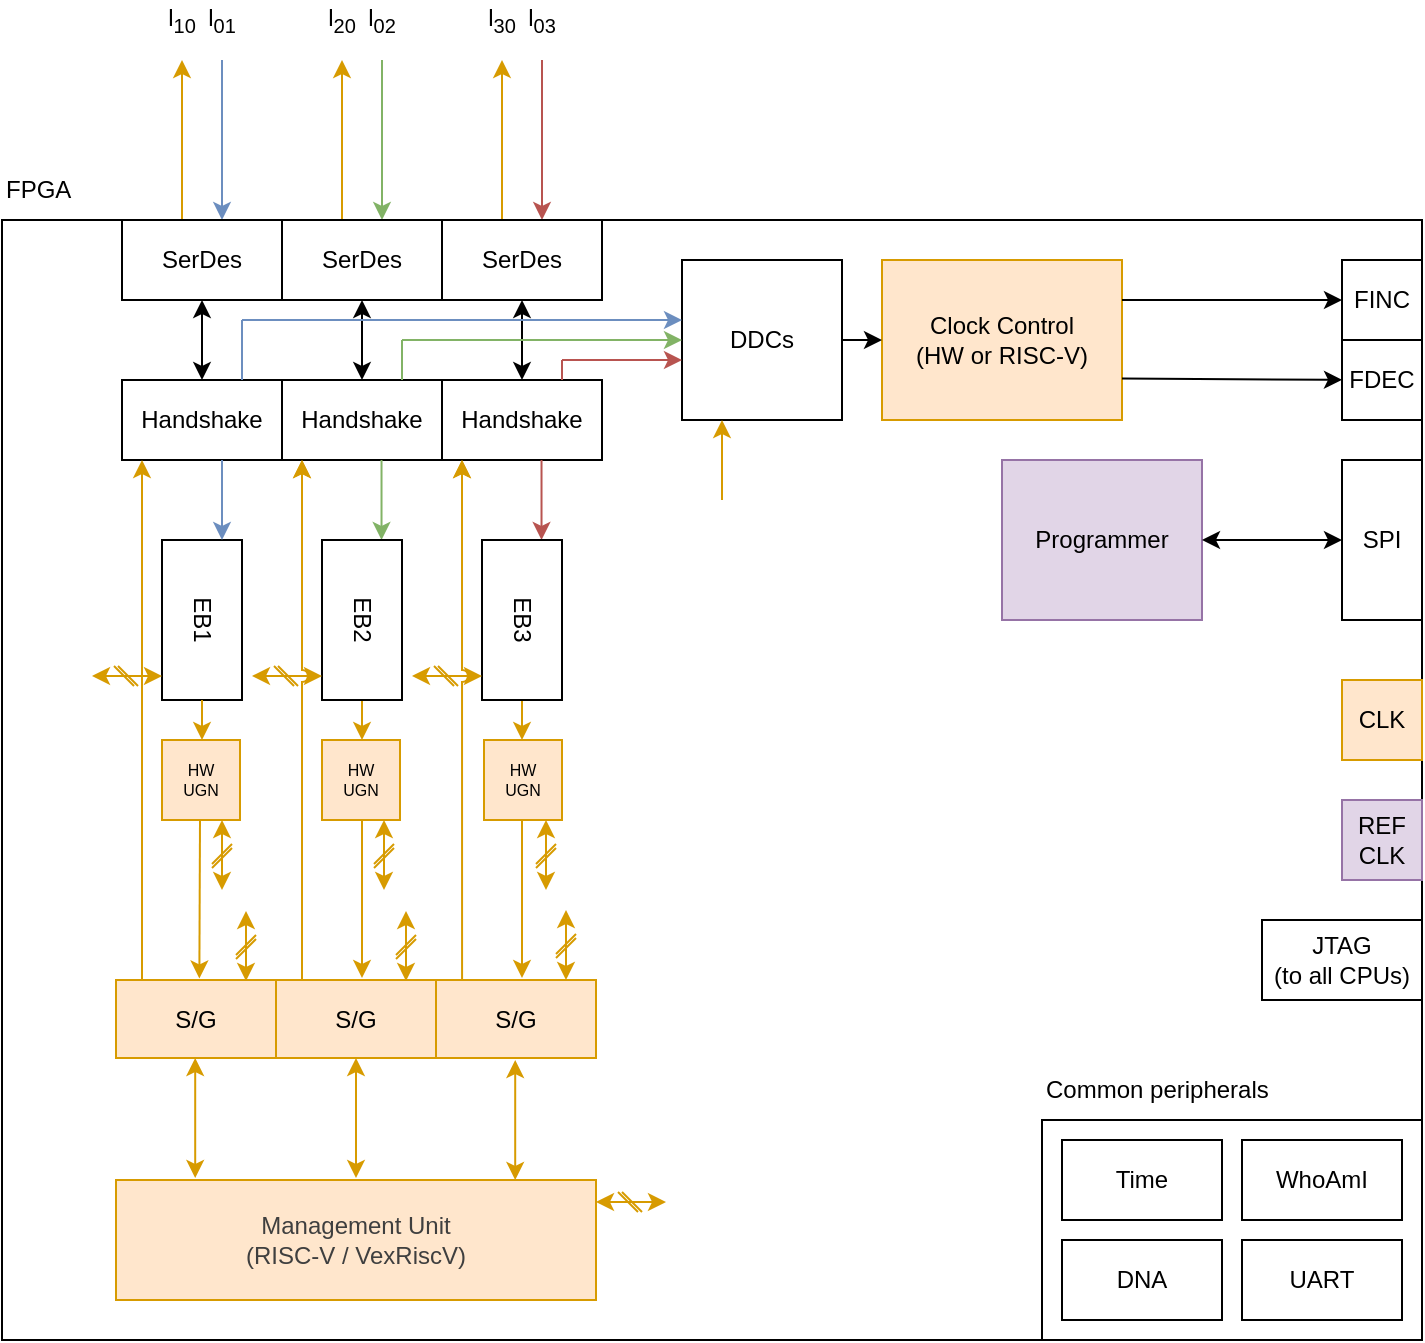
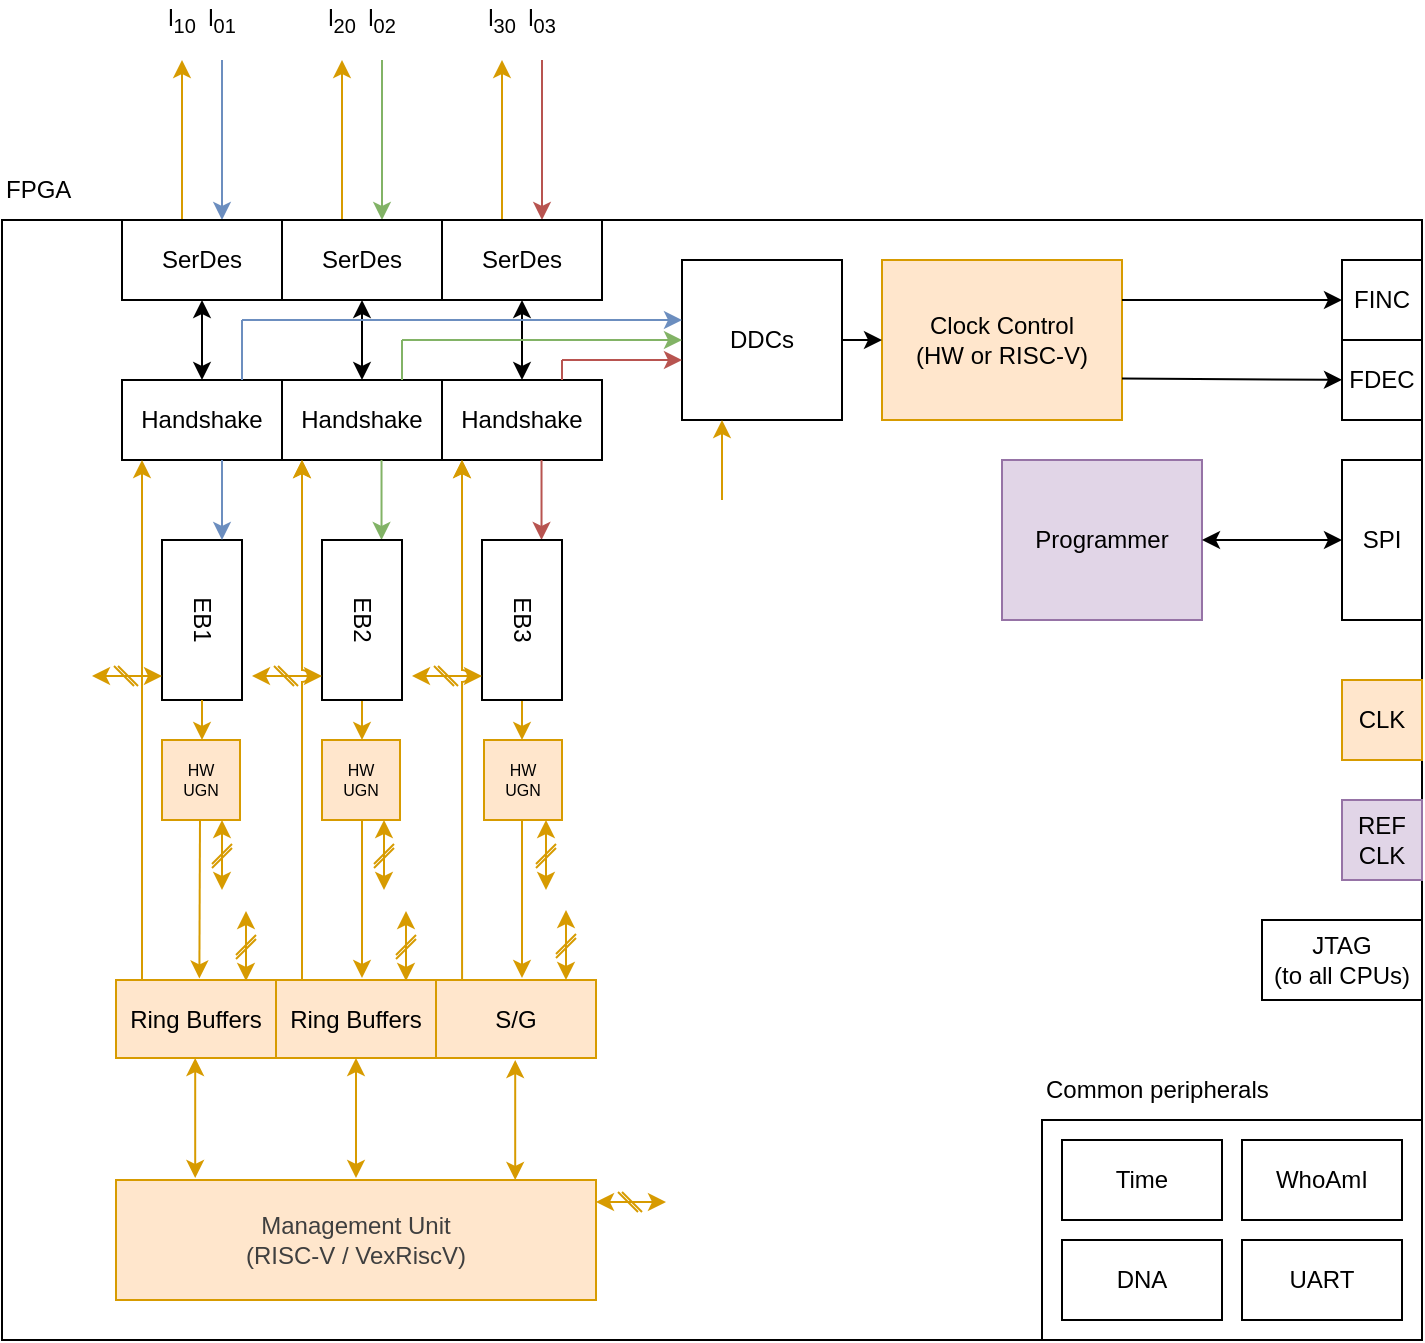
<mxfile host="65bd71144e">
    <diagram id="8MhM_t0PKSaWNCBs-4jl" name="Page-1">
-         <mxGraphModel dx="-471" dy="-1543" grid="1" gridSize="10" guides="1" tooltips="1" connect="1" arrows="1" fold="1" page="1" pageScale="1" pageWidth="1" pageHeight="1" math="0" shadow="0">
+         <mxGraphModel dx="-1439" dy="-1403" grid="1" gridSize="10" guides="1" tooltips="1" connect="1" arrows="1" fold="1" page="1" pageScale="1" pageWidth="1" pageHeight="1" math="0" shadow="0">
            <root>
                <mxCell id="0"/>
                <mxCell id="1" parent="0"/>
                <mxCell id="2" value="" style="rounded=0;whiteSpace=wrap;html=1;movable=0;resizable=0;rotatable=0;deletable=0;editable=0;locked=1;connectable=0;" parent="1" vertex="1">
                    <mxGeometry x="2550" y="2310" width="710" height="560" as="geometry"/>
                </mxCell>
                <mxCell id="3" value="FPGA" style="text;html=1;align=left;verticalAlign=middle;whiteSpace=wrap;rounded=0;movable=0;resizable=0;rotatable=0;deletable=0;editable=0;locked=1;connectable=0;" parent="1" vertex="1">
                    <mxGeometry x="2550" y="2280" width="60" height="30" as="geometry"/>
                </mxCell>
                <mxCell id="4" value="" style="endArrow=classic;html=1;rounded=0;fillColor=#dae8fc;strokeColor=#6c8ebf;movable=0;resizable=0;rotatable=0;deletable=0;editable=0;locked=1;connectable=0;" parent="1" edge="1">
                    <mxGeometry width="50" height="50" relative="1" as="geometry">
                        <mxPoint x="2660" y="2230" as="sourcePoint"/>
                        <mxPoint x="2660" y="2310" as="targetPoint"/>
                    </mxGeometry>
                </mxCell>
                <mxCell id="5" value="" style="endArrow=classic;html=1;rounded=0;fillColor=#d5e8d4;strokeColor=#82b366;movable=0;resizable=0;rotatable=0;deletable=0;editable=0;locked=1;connectable=0;" parent="1" edge="1">
                    <mxGeometry width="50" height="50" relative="1" as="geometry">
                        <mxPoint x="2740" y="2230" as="sourcePoint"/>
                        <mxPoint x="2740" y="2310" as="targetPoint"/>
                    </mxGeometry>
                </mxCell>
                <mxCell id="6" value="" style="endArrow=classic;html=1;rounded=0;fillColor=#ffe6cc;strokeColor=#d79b00;movable=0;resizable=0;rotatable=0;deletable=0;editable=0;locked=1;connectable=0;" parent="1" edge="1">
                    <mxGeometry width="50" height="50" relative="1" as="geometry">
                        <mxPoint x="2640" y="2310" as="sourcePoint"/>
                        <mxPoint x="2640" y="2230" as="targetPoint"/>
                    </mxGeometry>
                </mxCell>
                <mxCell id="7" value="" style="endArrow=classic;html=1;rounded=0;fillColor=#ffe6cc;strokeColor=#d79b00;movable=0;resizable=0;rotatable=0;deletable=0;editable=0;locked=1;connectable=0;" parent="1" edge="1">
                    <mxGeometry width="50" height="50" relative="1" as="geometry">
                        <mxPoint x="2720" y="2310" as="sourcePoint"/>
                        <mxPoint x="2720" y="2230" as="targetPoint"/>
                    </mxGeometry>
                </mxCell>
                <mxCell id="8" value="" style="endArrow=classic;html=1;rounded=0;fillColor=#f8cecc;strokeColor=#b85450;movable=0;resizable=0;rotatable=0;deletable=0;editable=0;locked=1;connectable=0;" parent="1" edge="1">
                    <mxGeometry width="50" height="50" relative="1" as="geometry">
                        <mxPoint x="2820" y="2230" as="sourcePoint"/>
                        <mxPoint x="2820" y="2310" as="targetPoint"/>
                    </mxGeometry>
                </mxCell>
                <mxCell id="9" value="" style="endArrow=classic;html=1;rounded=0;fillColor=#ffe6cc;strokeColor=#d79b00;movable=0;resizable=0;rotatable=0;deletable=0;editable=0;locked=1;connectable=0;" parent="1" edge="1">
                    <mxGeometry width="50" height="50" relative="1" as="geometry">
                        <mxPoint x="2800" y="2310" as="sourcePoint"/>
                        <mxPoint x="2800" y="2230" as="targetPoint"/>
                    </mxGeometry>
                </mxCell>
                <mxCell id="10" value="SerDes" style="rounded=0;whiteSpace=wrap;html=1;movable=0;resizable=0;rotatable=0;deletable=0;editable=0;locked=1;connectable=0;" parent="1" vertex="1">
                    <mxGeometry x="2610" y="2310" width="80" height="40" as="geometry"/>
                </mxCell>
                <mxCell id="11" value="SerDes" style="rounded=0;whiteSpace=wrap;html=1;movable=0;resizable=0;rotatable=0;deletable=0;editable=0;locked=1;connectable=0;" parent="1" vertex="1">
                    <mxGeometry x="2690" y="2310" width="80" height="40" as="geometry"/>
                </mxCell>
                <mxCell id="12" value="SerDes" style="rounded=0;whiteSpace=wrap;html=1;movable=0;resizable=0;rotatable=0;deletable=0;editable=0;locked=1;connectable=0;" parent="1" vertex="1">
                    <mxGeometry x="2770" y="2310" width="80" height="40" as="geometry"/>
                </mxCell>
                <mxCell id="13" value="Handshake" style="rounded=0;whiteSpace=wrap;html=1;movable=1;resizable=1;rotatable=1;deletable=1;editable=1;locked=0;connectable=1;" parent="1" vertex="1">
                    <mxGeometry x="2610" y="2390" width="80" height="40" as="geometry"/>
                </mxCell>
                <mxCell id="14" value="Handshake" style="rounded=0;whiteSpace=wrap;html=1;movable=1;resizable=1;rotatable=1;deletable=1;editable=1;locked=0;connectable=1;" parent="1" vertex="1">
                    <mxGeometry x="2690" y="2390" width="80" height="40" as="geometry"/>
                </mxCell>
                <mxCell id="15" value="Handshake" style="rounded=0;whiteSpace=wrap;html=1;movable=1;resizable=1;rotatable=1;deletable=1;editable=1;locked=0;connectable=1;" parent="1" vertex="1">
                    <mxGeometry x="2770" y="2390" width="80" height="40" as="geometry"/>
                </mxCell>
                <mxCell id="16" value="l&lt;sub&gt;10&lt;/sub&gt;" style="text;html=1;strokeColor=none;fillColor=none;align=center;verticalAlign=middle;whiteSpace=wrap;rounded=0;dashed=1;movable=0;resizable=0;rotatable=0;deletable=0;editable=0;locked=1;connectable=0;" parent="1" vertex="1">
                    <mxGeometry x="2630" y="2200" width="20" height="20" as="geometry"/>
                </mxCell>
                <mxCell id="17" value="l&lt;sub&gt;01&lt;/sub&gt;" style="text;html=1;strokeColor=none;fillColor=none;align=center;verticalAlign=middle;whiteSpace=wrap;rounded=0;dashed=1;movable=0;resizable=0;rotatable=0;deletable=0;editable=0;locked=1;connectable=0;" parent="1" vertex="1">
                    <mxGeometry x="2650" y="2200" width="20" height="20" as="geometry"/>
                </mxCell>
                <mxCell id="18" value="l&lt;sub&gt;20&lt;/sub&gt;" style="text;html=1;strokeColor=none;fillColor=none;align=center;verticalAlign=middle;whiteSpace=wrap;rounded=0;dashed=1;movable=0;resizable=0;rotatable=0;deletable=0;editable=0;locked=1;connectable=0;" parent="1" vertex="1">
                    <mxGeometry x="2710" y="2200" width="20" height="20" as="geometry"/>
                </mxCell>
                <mxCell id="19" value="l&lt;sub&gt;02&lt;/sub&gt;" style="text;html=1;strokeColor=none;fillColor=none;align=center;verticalAlign=middle;whiteSpace=wrap;rounded=0;dashed=1;movable=0;resizable=0;rotatable=0;deletable=0;editable=0;locked=1;connectable=0;" parent="1" vertex="1">
                    <mxGeometry x="2730" y="2200" width="20" height="20" as="geometry"/>
                </mxCell>
                <mxCell id="20" value="l&lt;sub&gt;30&lt;/sub&gt;" style="text;html=1;strokeColor=none;fillColor=none;align=center;verticalAlign=middle;whiteSpace=wrap;rounded=0;dashed=1;movable=0;resizable=0;rotatable=0;deletable=0;editable=0;locked=1;connectable=0;" parent="1" vertex="1">
                    <mxGeometry x="2790" y="2200" width="20" height="20" as="geometry"/>
                </mxCell>
                <mxCell id="21" value="l&lt;sub&gt;03&lt;/sub&gt;" style="text;html=1;strokeColor=none;fillColor=none;align=center;verticalAlign=middle;whiteSpace=wrap;rounded=0;dashed=1;movable=0;resizable=0;rotatable=0;deletable=0;editable=0;locked=1;connectable=0;" parent="1" vertex="1">
                    <mxGeometry x="2810" y="2200" width="20" height="20" as="geometry"/>
                </mxCell>
                <mxCell id="22" value="" style="endArrow=classic;startArrow=classic;html=1;rounded=0;exitX=0.5;exitY=0;exitDx=0;exitDy=0;entryX=0.5;entryY=1;entryDx=0;entryDy=0;movable=1;resizable=1;rotatable=1;deletable=1;editable=1;locked=0;connectable=1;" parent="1" source="13" target="10" edge="1">
                    <mxGeometry width="50" height="50" relative="1" as="geometry">
                        <mxPoint x="2600" y="2400" as="sourcePoint"/>
                        <mxPoint x="2650" y="2350" as="targetPoint"/>
                    </mxGeometry>
                </mxCell>
                <mxCell id="23" value="" style="endArrow=classic;startArrow=classic;html=1;rounded=0;exitX=0.5;exitY=0;exitDx=0;exitDy=0;entryX=0.5;entryY=1;entryDx=0;entryDy=0;movable=1;resizable=1;rotatable=1;deletable=1;editable=1;locked=0;connectable=1;" parent="1" source="14" target="11" edge="1">
                    <mxGeometry width="50" height="50" relative="1" as="geometry">
                        <mxPoint x="2890" y="2240" as="sourcePoint"/>
                        <mxPoint x="2940" y="2190" as="targetPoint"/>
                    </mxGeometry>
                </mxCell>
                <mxCell id="24" value="" style="endArrow=classic;startArrow=classic;html=1;rounded=0;exitX=0.5;exitY=0;exitDx=0;exitDy=0;entryX=0.5;entryY=1;entryDx=0;entryDy=0;movable=1;resizable=1;rotatable=1;deletable=1;editable=1;locked=0;connectable=1;" parent="1" source="15" target="12" edge="1">
                    <mxGeometry width="50" height="50" relative="1" as="geometry">
                        <mxPoint x="3000" y="2200" as="sourcePoint"/>
                        <mxPoint x="3050" y="2150" as="targetPoint"/>
                    </mxGeometry>
                </mxCell>
                <mxCell id="25" value="DDCs" style="rounded=0;whiteSpace=wrap;html=1;movable=1;resizable=1;rotatable=1;deletable=1;editable=1;locked=0;connectable=1;" parent="1" vertex="1">
                    <mxGeometry x="2890" y="2330" width="80" height="80" as="geometry"/>
                </mxCell>
                <mxCell id="26" value="" style="endArrow=none;html=1;rounded=0;fillColor=#dae8fc;strokeColor=#6c8ebf;movable=1;resizable=1;rotatable=1;deletable=1;editable=1;locked=0;connectable=1;" parent="1" edge="1">
                    <mxGeometry width="50" height="50" relative="1" as="geometry">
                        <mxPoint x="2670" y="2390" as="sourcePoint"/>
                        <mxPoint x="2670" y="2360" as="targetPoint"/>
                    </mxGeometry>
                </mxCell>
                <mxCell id="27" value="" style="endArrow=none;html=1;rounded=0;fillColor=#d5e8d4;strokeColor=#82b366;movable=1;resizable=1;rotatable=1;deletable=1;editable=1;locked=0;connectable=1;" parent="1" edge="1">
                    <mxGeometry width="50" height="50" relative="1" as="geometry">
                        <mxPoint x="2750" y="2390" as="sourcePoint"/>
                        <mxPoint x="2750" y="2370" as="targetPoint"/>
                    </mxGeometry>
                </mxCell>
                <mxCell id="28" value="" style="endArrow=none;html=1;rounded=0;fillColor=#f8cecc;strokeColor=#b85450;movable=1;resizable=1;rotatable=1;deletable=1;editable=1;locked=0;connectable=1;" parent="1" edge="1">
                    <mxGeometry width="50" height="50" relative="1" as="geometry">
                        <mxPoint x="2830" y="2390" as="sourcePoint"/>
                        <mxPoint x="2830" y="2380" as="targetPoint"/>
                    </mxGeometry>
                </mxCell>
                <mxCell id="29" value="" style="endArrow=classic;html=1;rounded=0;fillColor=#dae8fc;strokeColor=#6c8ebf;movable=1;resizable=1;rotatable=1;deletable=1;editable=1;locked=0;connectable=1;" parent="1" edge="1">
                    <mxGeometry width="50" height="50" relative="1" as="geometry">
                        <mxPoint x="2670" y="2360" as="sourcePoint"/>
                        <mxPoint x="2890" y="2360" as="targetPoint"/>
                    </mxGeometry>
                </mxCell>
                <mxCell id="30" value="" style="endArrow=classic;html=1;rounded=0;fillColor=#d5e8d4;strokeColor=#82b366;movable=1;resizable=1;rotatable=1;deletable=1;editable=1;locked=0;connectable=1;" parent="1" edge="1">
                    <mxGeometry width="50" height="50" relative="1" as="geometry">
                        <mxPoint x="2750" y="2370" as="sourcePoint"/>
                        <mxPoint x="2890" y="2370" as="targetPoint"/>
                    </mxGeometry>
                </mxCell>
                <mxCell id="31" value="" style="endArrow=classic;html=1;rounded=0;fillColor=#f8cecc;strokeColor=#b85450;movable=1;resizable=1;rotatable=1;deletable=1;editable=1;locked=0;connectable=1;" parent="1" edge="1">
                    <mxGeometry width="50" height="50" relative="1" as="geometry">
                        <mxPoint x="2830" y="2380" as="sourcePoint"/>
                        <mxPoint x="2890" y="2380" as="targetPoint"/>
                    </mxGeometry>
                </mxCell>
                <mxCell id="32" value="EB1" style="rounded=0;whiteSpace=wrap;html=1;rotation=90;movable=1;resizable=1;rotatable=1;deletable=1;editable=1;locked=0;connectable=1;" parent="1" vertex="1">
                    <mxGeometry x="2610" y="2490" width="80" height="40" as="geometry"/>
                </mxCell>
                <mxCell id="33" value="" style="endArrow=classic;html=1;rounded=0;fillColor=#dae8fc;strokeColor=#6c8ebf;movable=1;resizable=1;rotatable=1;deletable=1;editable=1;locked=0;connectable=1;" parent="1" edge="1">
                    <mxGeometry width="50" height="50" relative="1" as="geometry">
                        <mxPoint x="2660" y="2430" as="sourcePoint"/>
                        <mxPoint x="2660" y="2470" as="targetPoint"/>
                    </mxGeometry>
                </mxCell>
                <mxCell id="34" value="" style="endArrow=classic;html=1;rounded=0;fillColor=#ffe6cc;strokeColor=#d79b00;jumpStyle=arc;movable=1;resizable=1;rotatable=1;deletable=1;editable=1;locked=0;connectable=1;" parent="1" edge="1">
                    <mxGeometry width="50" height="50" relative="1" as="geometry">
                        <mxPoint x="2620" y="2690" as="sourcePoint"/>
                        <mxPoint x="2620" y="2430" as="targetPoint"/>
                    </mxGeometry>
                </mxCell>
                <mxCell id="35" value="" style="endArrow=classic;html=1;rounded=0;fillColor=#d5e8d4;strokeColor=#82b366;movable=1;resizable=1;rotatable=1;deletable=1;editable=1;locked=0;connectable=1;" parent="1" edge="1">
                    <mxGeometry width="50" height="50" relative="1" as="geometry">
                        <mxPoint x="2739.76" y="2430" as="sourcePoint"/>
                        <mxPoint x="2739.76" y="2470" as="targetPoint"/>
                    </mxGeometry>
                </mxCell>
                <mxCell id="36" value="" style="endArrow=classic;html=1;rounded=0;fillColor=#ffe6cc;strokeColor=#d79b00;movable=1;resizable=1;rotatable=1;deletable=1;editable=1;locked=0;connectable=1;" parent="1" edge="1">
                    <mxGeometry width="50" height="50" relative="1" as="geometry">
                        <mxPoint x="2700" y="2470" as="sourcePoint"/>
                        <mxPoint x="2700" y="2430" as="targetPoint"/>
                    </mxGeometry>
                </mxCell>
                <mxCell id="37" value="" style="endArrow=classic;html=1;rounded=0;fillColor=#f8cecc;strokeColor=#b85450;movable=1;resizable=1;rotatable=1;deletable=1;editable=1;locked=0;connectable=1;" parent="1" edge="1">
                    <mxGeometry width="50" height="50" relative="1" as="geometry">
                        <mxPoint x="2819.76" y="2430" as="sourcePoint"/>
                        <mxPoint x="2819.76" y="2470" as="targetPoint"/>
                    </mxGeometry>
                </mxCell>
                <mxCell id="38" value="" style="endArrow=classic;html=1;rounded=0;fillColor=#ffe6cc;strokeColor=#d79b00;movable=1;resizable=1;rotatable=1;deletable=1;editable=1;locked=0;connectable=1;" parent="1" edge="1">
                    <mxGeometry width="50" height="50" relative="1" as="geometry">
                        <mxPoint x="2780" y="2470" as="sourcePoint"/>
                        <mxPoint x="2780" y="2430" as="targetPoint"/>
                    </mxGeometry>
                </mxCell>
                <mxCell id="39" value="&lt;div&gt;Clock Control&lt;/div&gt;&lt;div&gt;(HW or RISC-V)&lt;br&gt;&lt;/div&gt;" style="rounded=0;whiteSpace=wrap;html=1;fillColor=#ffe6cc;strokeColor=#d79b00;movable=1;resizable=1;rotatable=1;deletable=1;editable=1;locked=0;connectable=1;" parent="1" vertex="1">
                    <mxGeometry x="2990" y="2330" width="120" height="80" as="geometry"/>
                </mxCell>
                <mxCell id="40" value="" style="endArrow=classic;html=1;rounded=0;movable=1;resizable=1;rotatable=1;deletable=1;editable=1;locked=0;connectable=1;" parent="1" edge="1">
                    <mxGeometry width="50" height="50" relative="1" as="geometry">
                        <mxPoint x="2970" y="2370" as="sourcePoint"/>
                        <mxPoint x="2990" y="2370" as="targetPoint"/>
                    </mxGeometry>
                </mxCell>
                <mxCell id="41" value="FINC" style="rounded=0;whiteSpace=wrap;html=1;movable=1;resizable=1;rotatable=1;deletable=1;editable=1;locked=0;connectable=1;" parent="1" vertex="1">
                    <mxGeometry x="3220" y="2330" width="40" height="40" as="geometry"/>
                </mxCell>
                <mxCell id="42" value="FDEC" style="rounded=0;whiteSpace=wrap;html=1;movable=1;resizable=1;rotatable=1;deletable=1;editable=1;locked=0;connectable=1;" parent="1" vertex="1">
                    <mxGeometry x="3220" y="2370" width="40" height="40" as="geometry"/>
                </mxCell>
                <mxCell id="43" value="" style="endArrow=classic;html=1;rounded=0;movable=1;resizable=1;rotatable=1;deletable=1;editable=1;locked=0;connectable=1;" parent="1" target="41" edge="1">
                    <mxGeometry width="50" height="50" relative="1" as="geometry">
                        <mxPoint x="3110" y="2350" as="sourcePoint"/>
                        <mxPoint x="3190" y="2350" as="targetPoint"/>
                    </mxGeometry>
                </mxCell>
                <mxCell id="44" value="" style="endArrow=classic;html=1;rounded=0;movable=1;resizable=1;rotatable=1;deletable=1;editable=1;locked=0;connectable=1;" parent="1" target="42" edge="1">
                    <mxGeometry width="50" height="50" relative="1" as="geometry">
                        <mxPoint x="3110" y="2389.31" as="sourcePoint"/>
                        <mxPoint x="3190" y="2389.31" as="targetPoint"/>
                    </mxGeometry>
                </mxCell>
                <mxCell id="45" value="SPI" style="rounded=0;whiteSpace=wrap;html=1;movable=1;resizable=1;rotatable=1;deletable=1;editable=1;locked=0;connectable=1;" parent="1" vertex="1">
                    <mxGeometry x="3220" y="2430" width="40" height="80" as="geometry"/>
                </mxCell>
                <mxCell id="46" value="Programmer" style="rounded=0;whiteSpace=wrap;html=1;fillColor=#e1d5e7;strokeColor=#9673a6;movable=1;resizable=1;rotatable=1;deletable=1;editable=1;locked=0;connectable=1;" parent="1" vertex="1">
                    <mxGeometry x="3050" y="2430" width="100" height="80" as="geometry"/>
                </mxCell>
                <mxCell id="47" value="" style="endArrow=classic;startArrow=classic;html=1;rounded=0;entryX=0;entryY=0.5;entryDx=0;entryDy=0;movable=1;resizable=1;rotatable=1;deletable=1;editable=1;locked=0;connectable=1;" parent="1" target="45" edge="1">
                    <mxGeometry width="50" height="50" relative="1" as="geometry">
                        <mxPoint x="3150" y="2470" as="sourcePoint"/>
                        <mxPoint x="3200" y="2420" as="targetPoint"/>
                    </mxGeometry>
                </mxCell>
                <mxCell id="48" value="CLK" style="rounded=0;whiteSpace=wrap;html=1;fillColor=#ffe6cc;strokeColor=#d79b00;movable=1;resizable=1;rotatable=1;deletable=1;editable=1;locked=0;connectable=1;" parent="1" vertex="1">
                    <mxGeometry x="3220" y="2540" width="40" height="40" as="geometry"/>
                </mxCell>
                <mxCell id="49" value="REF&lt;br&gt;CLK" style="rounded=0;whiteSpace=wrap;html=1;fillColor=#e1d5e7;strokeColor=#9673a6;movable=1;resizable=1;rotatable=1;deletable=1;editable=1;locked=0;connectable=1;" parent="1" vertex="1">
                    <mxGeometry x="3220" y="2600" width="40" height="40" as="geometry"/>
                </mxCell>
                <mxCell id="50" value="" style="endArrow=none;startArrow=classic;html=1;rounded=0;fillColor=#ffe6cc;strokeColor=#d79b00;startFill=1;endFill=0;movable=1;resizable=1;rotatable=1;deletable=1;editable=1;locked=0;connectable=1;" parent="1" edge="1">
                    <mxGeometry width="50" height="50" relative="1" as="geometry">
                        <mxPoint x="2650" y="2570" as="sourcePoint"/>
                        <mxPoint x="2650" y="2550" as="targetPoint"/>
                    </mxGeometry>
                </mxCell>
                <mxCell id="51" value="" style="endArrow=none;startArrow=classic;html=1;rounded=0;fillColor=#ffe6cc;strokeColor=#d79b00;startFill=1;endFill=0;movable=1;resizable=1;rotatable=1;deletable=1;editable=1;locked=0;connectable=1;" parent="1" edge="1">
                    <mxGeometry width="50" height="50" relative="1" as="geometry">
                        <mxPoint x="2730" y="2570" as="sourcePoint"/>
                        <mxPoint x="2730" y="2549" as="targetPoint"/>
                    </mxGeometry>
                </mxCell>
                <mxCell id="52" value="" style="endArrow=none;startArrow=classic;html=1;rounded=0;fillColor=#ffe6cc;strokeColor=#d79b00;startFill=1;endFill=0;movable=1;resizable=1;rotatable=1;deletable=1;editable=1;locked=0;connectable=1;" parent="1" edge="1">
                    <mxGeometry width="50" height="50" relative="1" as="geometry">
                        <mxPoint x="2810" y="2570" as="sourcePoint"/>
                        <mxPoint x="2810" y="2550" as="targetPoint"/>
                    </mxGeometry>
                </mxCell>
                <mxCell id="57" value="EB2" style="rounded=0;whiteSpace=wrap;html=1;rotation=90;movable=1;resizable=1;rotatable=1;deletable=1;editable=1;locked=0;connectable=1;" parent="1" vertex="1">
                    <mxGeometry x="2690" y="2490" width="80" height="40" as="geometry"/>
                </mxCell>
                <mxCell id="58" value="EB3" style="rounded=0;whiteSpace=wrap;html=1;rotation=90;movable=1;resizable=1;rotatable=1;deletable=1;editable=1;locked=0;connectable=1;" parent="1" vertex="1">
                    <mxGeometry x="2770" y="2490" width="80" height="40" as="geometry"/>
                </mxCell>
                <mxCell id="64" value="" style="group;movable=1;resizable=1;rotatable=1;deletable=1;editable=1;locked=0;connectable=1;" parent="1" connectable="0" vertex="1">
                    <mxGeometry x="2667" y="2655.5" width="10" height="35" as="geometry"/>
                </mxCell>
                <mxCell id="65" value="" style="endArrow=classic;html=1;rounded=0;fillColor=#ffe6cc;strokeColor=#d79b00;startArrow=classic;startFill=1;movable=1;resizable=1;rotatable=1;deletable=1;editable=1;locked=0;connectable=1;" parent="64" edge="1">
                    <mxGeometry width="50" height="50" relative="1" as="geometry">
                        <mxPoint x="5" as="sourcePoint"/>
                        <mxPoint x="5" y="35" as="targetPoint"/>
                    </mxGeometry>
                </mxCell>
                <mxCell id="66" value="" style="endArrow=none;html=1;rounded=0;fillColor=#ffe6cc;strokeColor=#d79b00;movable=1;resizable=1;rotatable=1;deletable=1;editable=1;locked=0;connectable=1;" parent="64" edge="1">
                    <mxGeometry width="50" height="50" relative="1" as="geometry">
                        <mxPoint y="24" as="sourcePoint"/>
                        <mxPoint x="10" y="14" as="targetPoint"/>
                    </mxGeometry>
                </mxCell>
                <mxCell id="67" value="" style="endArrow=none;html=1;rounded=0;fillColor=#ffe6cc;strokeColor=#d79b00;movable=1;resizable=1;rotatable=1;deletable=1;editable=1;locked=0;connectable=1;" parent="64" edge="1">
                    <mxGeometry width="50" height="50" relative="1" as="geometry">
                        <mxPoint y="22" as="sourcePoint"/>
                        <mxPoint x="10" y="12" as="targetPoint"/>
                    </mxGeometry>
                </mxCell>
                <mxCell id="68" value="" style="group;movable=1;resizable=1;rotatable=1;deletable=1;editable=1;locked=0;connectable=1;" parent="1" connectable="0" vertex="1">
                    <mxGeometry x="2747" y="2655.5" width="10" height="35" as="geometry"/>
                </mxCell>
                <mxCell id="69" value="" style="endArrow=classic;html=1;rounded=0;fillColor=#ffe6cc;strokeColor=#d79b00;startArrow=classic;startFill=1;movable=1;resizable=1;rotatable=1;deletable=1;editable=1;locked=0;connectable=1;" parent="68" edge="1">
                    <mxGeometry width="50" height="50" relative="1" as="geometry">
                        <mxPoint x="5" as="sourcePoint"/>
                        <mxPoint x="5" y="35" as="targetPoint"/>
                    </mxGeometry>
                </mxCell>
                <mxCell id="70" value="" style="endArrow=none;html=1;rounded=0;fillColor=#ffe6cc;strokeColor=#d79b00;movable=1;resizable=1;rotatable=1;deletable=1;editable=1;locked=0;connectable=1;" parent="68" edge="1">
                    <mxGeometry width="50" height="50" relative="1" as="geometry">
                        <mxPoint y="24" as="sourcePoint"/>
                        <mxPoint x="10" y="14" as="targetPoint"/>
                    </mxGeometry>
                </mxCell>
                <mxCell id="71" value="" style="endArrow=none;html=1;rounded=0;fillColor=#ffe6cc;strokeColor=#d79b00;movable=1;resizable=1;rotatable=1;deletable=1;editable=1;locked=0;connectable=1;" parent="68" edge="1">
                    <mxGeometry width="50" height="50" relative="1" as="geometry">
                        <mxPoint y="22" as="sourcePoint"/>
                        <mxPoint x="10" y="12" as="targetPoint"/>
                    </mxGeometry>
                </mxCell>
                <mxCell id="72" value="" style="group;movable=1;resizable=1;rotatable=1;deletable=1;editable=1;locked=0;connectable=1;" parent="1" connectable="0" vertex="1">
                    <mxGeometry x="2827" y="2655" width="10" height="35" as="geometry"/>
                </mxCell>
                <mxCell id="73" value="" style="endArrow=classic;html=1;rounded=0;fillColor=#ffe6cc;strokeColor=#d79b00;startArrow=classic;startFill=1;movable=1;resizable=1;rotatable=1;deletable=1;editable=1;locked=0;connectable=1;" parent="72" edge="1">
                    <mxGeometry width="50" height="50" relative="1" as="geometry">
                        <mxPoint x="5" as="sourcePoint"/>
                        <mxPoint x="5" y="35" as="targetPoint"/>
                    </mxGeometry>
                </mxCell>
                <mxCell id="74" value="" style="endArrow=none;html=1;rounded=0;fillColor=#ffe6cc;strokeColor=#d79b00;movable=1;resizable=1;rotatable=1;deletable=1;editable=1;locked=0;connectable=1;" parent="72" edge="1">
                    <mxGeometry width="50" height="50" relative="1" as="geometry">
                        <mxPoint y="24" as="sourcePoint"/>
                        <mxPoint x="10" y="14" as="targetPoint"/>
                    </mxGeometry>
                </mxCell>
                <mxCell id="75" value="" style="endArrow=none;html=1;rounded=0;fillColor=#ffe6cc;strokeColor=#d79b00;movable=1;resizable=1;rotatable=1;deletable=1;editable=1;locked=0;connectable=1;" parent="72" edge="1">
                    <mxGeometry width="50" height="50" relative="1" as="geometry">
                        <mxPoint y="22" as="sourcePoint"/>
                        <mxPoint x="10" y="12" as="targetPoint"/>
                    </mxGeometry>
                </mxCell>
                <mxCell id="76" value="" style="group;rotation=90;movable=1;resizable=1;rotatable=1;deletable=1;editable=1;locked=0;connectable=1;" parent="1" connectable="0" vertex="1">
                    <mxGeometry x="2607" y="2520" width="10" height="35" as="geometry"/>
                </mxCell>
                <mxCell id="77" value="" style="endArrow=classic;html=1;rounded=0;fillColor=#ffe6cc;strokeColor=#d79b00;startArrow=classic;startFill=1;movable=1;resizable=1;rotatable=1;deletable=1;editable=1;locked=0;connectable=1;" parent="76" edge="1">
                    <mxGeometry width="50" height="50" relative="1" as="geometry">
                        <mxPoint x="23" y="18" as="sourcePoint"/>
                        <mxPoint x="-12" y="18" as="targetPoint"/>
                    </mxGeometry>
                </mxCell>
                <mxCell id="78" value="" style="endArrow=none;html=1;rounded=0;fillColor=#ffe6cc;strokeColor=#d79b00;movable=1;resizable=1;rotatable=1;deletable=1;editable=1;locked=0;connectable=1;" parent="76" edge="1">
                    <mxGeometry width="50" height="50" relative="1" as="geometry">
                        <mxPoint x="-1" y="13" as="sourcePoint"/>
                        <mxPoint x="9" y="23" as="targetPoint"/>
                    </mxGeometry>
                </mxCell>
                <mxCell id="79" value="" style="endArrow=none;html=1;rounded=0;fillColor=#ffe6cc;strokeColor=#d79b00;movable=1;resizable=1;rotatable=1;deletable=1;editable=1;locked=0;connectable=1;" parent="76" edge="1">
                    <mxGeometry width="50" height="50" relative="1" as="geometry">
                        <mxPoint x="1" y="13" as="sourcePoint"/>
                        <mxPoint x="11" y="23" as="targetPoint"/>
                    </mxGeometry>
                </mxCell>
                <mxCell id="80" value="" style="group;rotation=90;movable=1;resizable=1;rotatable=1;deletable=1;editable=1;locked=0;connectable=1;" parent="1" connectable="0" vertex="1">
                    <mxGeometry x="2687" y="2520" width="10" height="35" as="geometry"/>
                </mxCell>
                <mxCell id="81" value="" style="endArrow=classic;html=1;rounded=0;fillColor=#ffe6cc;strokeColor=#d79b00;startArrow=classic;startFill=1;movable=1;resizable=1;rotatable=1;deletable=1;editable=1;locked=0;connectable=1;" parent="80" edge="1">
                    <mxGeometry width="50" height="50" relative="1" as="geometry">
                        <mxPoint x="23" y="18" as="sourcePoint"/>
                        <mxPoint x="-12" y="18" as="targetPoint"/>
                    </mxGeometry>
                </mxCell>
                <mxCell id="82" value="" style="endArrow=none;html=1;rounded=0;fillColor=#ffe6cc;strokeColor=#d79b00;movable=1;resizable=1;rotatable=1;deletable=1;editable=1;locked=0;connectable=1;" parent="80" edge="1">
                    <mxGeometry width="50" height="50" relative="1" as="geometry">
                        <mxPoint x="-1" y="13" as="sourcePoint"/>
                        <mxPoint x="9" y="23" as="targetPoint"/>
                    </mxGeometry>
                </mxCell>
                <mxCell id="83" value="" style="endArrow=none;html=1;rounded=0;fillColor=#ffe6cc;strokeColor=#d79b00;movable=1;resizable=1;rotatable=1;deletable=1;editable=1;locked=0;connectable=1;" parent="80" edge="1">
                    <mxGeometry width="50" height="50" relative="1" as="geometry">
                        <mxPoint x="1" y="13" as="sourcePoint"/>
                        <mxPoint x="11" y="23" as="targetPoint"/>
                    </mxGeometry>
                </mxCell>
                <mxCell id="84" value="" style="group;rotation=90;movable=1;resizable=1;rotatable=1;deletable=1;editable=1;locked=0;connectable=1;" parent="1" connectable="0" vertex="1">
                    <mxGeometry x="2767" y="2520" width="10" height="35" as="geometry"/>
                </mxCell>
                <mxCell id="85" value="" style="endArrow=classic;html=1;rounded=0;fillColor=#ffe6cc;strokeColor=#d79b00;startArrow=classic;startFill=1;movable=1;resizable=1;rotatable=1;deletable=1;editable=1;locked=0;connectable=1;" parent="84" edge="1">
                    <mxGeometry width="50" height="50" relative="1" as="geometry">
                        <mxPoint x="23" y="18" as="sourcePoint"/>
                        <mxPoint x="-12" y="18" as="targetPoint"/>
                    </mxGeometry>
                </mxCell>
                <mxCell id="86" value="" style="endArrow=none;html=1;rounded=0;fillColor=#ffe6cc;strokeColor=#d79b00;movable=1;resizable=1;rotatable=1;deletable=1;editable=1;locked=0;connectable=1;" parent="84" edge="1">
                    <mxGeometry width="50" height="50" relative="1" as="geometry">
                        <mxPoint x="-1" y="13" as="sourcePoint"/>
                        <mxPoint x="9" y="23" as="targetPoint"/>
                    </mxGeometry>
                </mxCell>
                <mxCell id="87" value="" style="endArrow=none;html=1;rounded=0;fillColor=#ffe6cc;strokeColor=#d79b00;movable=1;resizable=1;rotatable=1;deletable=1;editable=1;locked=0;connectable=1;" parent="84" edge="1">
                    <mxGeometry width="50" height="50" relative="1" as="geometry">
                        <mxPoint x="1" y="13" as="sourcePoint"/>
                        <mxPoint x="11" y="23" as="targetPoint"/>
                    </mxGeometry>
                </mxCell>
                <mxCell id="88" value="&lt;div style=&quot;color: rgb(63, 63, 63); scrollbar-color: rgb(226, 226, 226) rgb(251, 251, 251);&quot;&gt;Management Unit&lt;/div&gt;&lt;div style=&quot;color: rgb(63, 63, 63); scrollbar-color: rgb(226, 226, 226) rgb(251, 251, 251);&quot;&gt;(RISC-V / VexRiscV)&lt;/div&gt;" style="rounded=0;whiteSpace=wrap;html=1;fillColor=#ffe6cc;strokeColor=#d79b00;movable=1;resizable=1;rotatable=1;deletable=1;editable=1;locked=0;connectable=1;" parent="1" vertex="1">
                    <mxGeometry x="2607" y="2790" width="240" height="60" as="geometry"/>
                </mxCell>
-                 <mxCell id="90" value="S/G" style="rounded=0;whiteSpace=wrap;html=1;fillColor=#ffe6cc;strokeColor=#d79b00;movable=1;resizable=1;rotatable=1;deletable=1;editable=1;locked=0;connectable=1;" parent="1" vertex="1">
+                 <mxCell id="90" value="Ring Buffers" style="rounded=0;whiteSpace=wrap;html=1;fillColor=#ffe6cc;strokeColor=#d79b00;movable=1;resizable=1;rotatable=1;deletable=1;editable=1;locked=0;connectable=1;" parent="1" vertex="1">
                    <mxGeometry x="2607" y="2690" width="80" height="39" as="geometry"/>
                </mxCell>
                <mxCell id="91" value="" style="endArrow=classic;html=1;rounded=0;fillColor=#ffe6cc;strokeColor=#d79b00;movable=1;resizable=1;rotatable=1;deletable=1;editable=1;locked=0;connectable=1;" parent="1" edge="1">
                    <mxGeometry width="50" height="50" relative="1" as="geometry">
                        <mxPoint x="2910" y="2450" as="sourcePoint"/>
                        <mxPoint x="2910" y="2410" as="targetPoint"/>
                    </mxGeometry>
                </mxCell>
                <mxCell id="92" value="" style="endArrow=classic;html=1;rounded=0;fillColor=#ffe6cc;strokeColor=#d79b00;jumpStyle=arc;movable=1;resizable=1;rotatable=1;deletable=1;editable=1;locked=0;connectable=1;" parent="1" edge="1">
                    <mxGeometry width="50" height="50" relative="1" as="geometry">
                        <mxPoint x="2700" y="2690" as="sourcePoint"/>
                        <mxPoint x="2700" y="2430" as="targetPoint"/>
                    </mxGeometry>
                </mxCell>
                <mxCell id="93" value="" style="endArrow=classic;html=1;rounded=0;fillColor=#ffe6cc;strokeColor=#d79b00;jumpStyle=arc;movable=1;resizable=1;rotatable=1;deletable=1;editable=1;locked=0;connectable=1;exitX=0.163;exitY=0;exitDx=0;exitDy=0;exitPerimeter=0;" parent="1" source="95" edge="1">
                    <mxGeometry width="50" height="50" relative="1" as="geometry">
                        <mxPoint x="2780" y="2650" as="sourcePoint"/>
                        <mxPoint x="2780" y="2430" as="targetPoint"/>
                    </mxGeometry>
                </mxCell>
-                 <mxCell id="94" value="S/G" style="rounded=0;whiteSpace=wrap;html=1;fillColor=#ffe6cc;strokeColor=#d79b00;movable=1;resizable=1;rotatable=1;deletable=1;editable=1;locked=0;connectable=1;" parent="1" vertex="1">
+                 <mxCell id="94" value="&lt;span style=&quot;color: rgb(0, 0, 0);&quot;&gt;Ring Buffers&lt;/span&gt;" style="rounded=0;whiteSpace=wrap;html=1;fillColor=#ffe6cc;strokeColor=#d79b00;movable=1;resizable=1;rotatable=1;deletable=1;editable=1;locked=0;connectable=1;" parent="1" vertex="1">
                    <mxGeometry x="2687" y="2690" width="80" height="39" as="geometry"/>
                </mxCell>
                <mxCell id="95" value="S/G" style="rounded=0;whiteSpace=wrap;html=1;fillColor=#ffe6cc;strokeColor=#d79b00;movable=1;resizable=1;rotatable=1;deletable=1;editable=1;locked=0;connectable=1;" parent="1" vertex="1">
                    <mxGeometry x="2767" y="2690" width="80" height="39" as="geometry"/>
                </mxCell>
                <mxCell id="96" value="" style="endArrow=classic;startArrow=classic;html=1;rounded=0;fillColor=#ffe6cc;strokeColor=#d79b00;movable=1;resizable=1;rotatable=1;deletable=1;editable=1;locked=0;connectable=1;" parent="1" edge="1">
                    <mxGeometry width="50" height="50" relative="1" as="geometry">
                        <mxPoint x="2646.6" y="2789" as="sourcePoint"/>
                        <mxPoint x="2646.6" y="2729" as="targetPoint"/>
                    </mxGeometry>
                </mxCell>
                <mxCell id="97" value="" style="endArrow=classic;startArrow=classic;html=1;rounded=0;fillColor=#ffe6cc;strokeColor=#d79b00;movable=1;resizable=1;rotatable=1;deletable=1;editable=1;locked=0;connectable=1;" parent="1" edge="1">
                    <mxGeometry width="50" height="50" relative="1" as="geometry">
                        <mxPoint x="2727" y="2789" as="sourcePoint"/>
                        <mxPoint x="2727" y="2729" as="targetPoint"/>
                    </mxGeometry>
                </mxCell>
                <mxCell id="98" value="" style="endArrow=classic;startArrow=classic;html=1;rounded=0;fillColor=#ffe6cc;strokeColor=#d79b00;movable=1;resizable=1;rotatable=1;deletable=1;editable=1;locked=0;connectable=1;" parent="1" edge="1">
                    <mxGeometry width="50" height="50" relative="1" as="geometry">
                        <mxPoint x="2806.6" y="2790" as="sourcePoint"/>
                        <mxPoint x="2806.6" y="2730" as="targetPoint"/>
                    </mxGeometry>
                </mxCell>
                <mxCell id="106" value="&lt;font&gt;JTAG&lt;/font&gt;&lt;div&gt;&lt;font&gt;(to all CPUs)&lt;/font&gt;&lt;/div&gt;" style="rounded=0;whiteSpace=wrap;html=1;movable=1;resizable=1;rotatable=1;deletable=1;editable=1;locked=0;connectable=1;" parent="1" vertex="1">
                    <mxGeometry x="3180" y="2660" width="80" height="40" as="geometry"/>
                </mxCell>
                <mxCell id="144" value="HW&lt;br&gt;UGN" style="rounded=0;whiteSpace=wrap;html=1;fillColor=#ffe6cc;strokeColor=#d79b00;movable=1;resizable=1;rotatable=1;deletable=1;editable=1;locked=0;connectable=1;fontSize=8;" parent="1" vertex="1">
                    <mxGeometry x="2791" y="2570" width="39" height="40" as="geometry"/>
                </mxCell>
                <mxCell id="146" value="HW&lt;br&gt;UGN" style="rounded=0;whiteSpace=wrap;html=1;fillColor=#ffe6cc;strokeColor=#d79b00;movable=1;resizable=1;rotatable=1;deletable=1;editable=1;locked=0;connectable=1;fontSize=8;" parent="1" vertex="1">
                    <mxGeometry x="2710" y="2570" width="39" height="40" as="geometry"/>
                </mxCell>
                <mxCell id="147" value="HW&lt;br&gt;UGN" style="rounded=0;whiteSpace=wrap;html=1;fillColor=#ffe6cc;strokeColor=#d79b00;movable=1;resizable=1;rotatable=1;deletable=1;editable=1;locked=0;connectable=1;fontSize=8;" parent="1" vertex="1">
                    <mxGeometry x="2630" y="2570" width="39" height="40" as="geometry"/>
                </mxCell>
                <mxCell id="148" value="" style="endArrow=none;startArrow=classic;html=1;rounded=0;fillColor=#ffe6cc;strokeColor=#d79b00;startFill=1;endFill=0;movable=1;resizable=1;rotatable=1;deletable=1;editable=1;locked=0;connectable=1;exitX=0.521;exitY=-0.02;exitDx=0;exitDy=0;exitPerimeter=0;" parent="1" source="90" edge="1">
                    <mxGeometry width="50" height="50" relative="1" as="geometry">
                        <mxPoint x="2650" y="2690" as="sourcePoint"/>
                        <mxPoint x="2649" y="2610" as="targetPoint"/>
                    </mxGeometry>
                </mxCell>
                <mxCell id="150" value="" style="endArrow=none;startArrow=classic;html=1;rounded=0;fillColor=#ffe6cc;strokeColor=#d79b00;startFill=1;endFill=0;movable=1;resizable=1;rotatable=1;deletable=1;editable=1;locked=0;connectable=1;exitX=0.521;exitY=-0.02;exitDx=0;exitDy=0;exitPerimeter=0;" parent="1" edge="1">
                    <mxGeometry width="50" height="50" relative="1" as="geometry">
                        <mxPoint x="2730" y="2689" as="sourcePoint"/>
                        <mxPoint x="2730" y="2610" as="targetPoint"/>
                    </mxGeometry>
                </mxCell>
                <mxCell id="151" value="" style="endArrow=none;startArrow=classic;html=1;rounded=0;fillColor=#ffe6cc;strokeColor=#d79b00;startFill=1;endFill=0;movable=1;resizable=1;rotatable=1;deletable=1;editable=1;locked=0;connectable=1;exitX=0.521;exitY=-0.02;exitDx=0;exitDy=0;exitPerimeter=0;" parent="1" edge="1">
                    <mxGeometry width="50" height="50" relative="1" as="geometry">
                        <mxPoint x="2810" y="2689" as="sourcePoint"/>
                        <mxPoint x="2810" y="2610" as="targetPoint"/>
                    </mxGeometry>
                </mxCell>
                <mxCell id="158" value="" style="group;movable=1;resizable=1;rotatable=1;deletable=1;editable=1;locked=0;connectable=1;" parent="1" connectable="0" vertex="1">
                    <mxGeometry x="2736" y="2610" width="10" height="35" as="geometry"/>
                </mxCell>
                <mxCell id="159" value="" style="endArrow=classic;html=1;rounded=0;fillColor=#ffe6cc;strokeColor=#d79b00;startArrow=classic;startFill=1;movable=1;resizable=1;rotatable=1;deletable=1;editable=1;locked=0;connectable=1;" parent="158" edge="1">
                    <mxGeometry width="50" height="50" relative="1" as="geometry">
                        <mxPoint x="5" as="sourcePoint"/>
                        <mxPoint x="5" y="35" as="targetPoint"/>
                    </mxGeometry>
                </mxCell>
                <mxCell id="160" value="" style="endArrow=none;html=1;rounded=0;fillColor=#ffe6cc;strokeColor=#d79b00;movable=1;resizable=1;rotatable=1;deletable=1;editable=1;locked=0;connectable=1;" parent="158" edge="1">
                    <mxGeometry width="50" height="50" relative="1" as="geometry">
                        <mxPoint y="24" as="sourcePoint"/>
                        <mxPoint x="10" y="14" as="targetPoint"/>
                    </mxGeometry>
                </mxCell>
                <mxCell id="161" value="" style="endArrow=none;html=1;rounded=0;fillColor=#ffe6cc;strokeColor=#d79b00;movable=1;resizable=1;rotatable=1;deletable=1;editable=1;locked=0;connectable=1;" parent="158" edge="1">
                    <mxGeometry width="50" height="50" relative="1" as="geometry">
                        <mxPoint y="22" as="sourcePoint"/>
                        <mxPoint x="10" y="12" as="targetPoint"/>
                    </mxGeometry>
                </mxCell>
                <mxCell id="162" value="" style="group;movable=1;resizable=1;rotatable=1;deletable=1;editable=1;locked=0;connectable=1;" parent="1" connectable="0" vertex="1">
                    <mxGeometry x="2655" y="2610" width="10" height="35" as="geometry"/>
                </mxCell>
                <mxCell id="163" value="" style="endArrow=classic;html=1;rounded=0;fillColor=#ffe6cc;strokeColor=#d79b00;startArrow=classic;startFill=1;movable=1;resizable=1;rotatable=1;deletable=1;editable=1;locked=0;connectable=1;" parent="162" edge="1">
                    <mxGeometry width="50" height="50" relative="1" as="geometry">
                        <mxPoint x="5" as="sourcePoint"/>
                        <mxPoint x="5" y="35" as="targetPoint"/>
                    </mxGeometry>
                </mxCell>
                <mxCell id="164" value="" style="endArrow=none;html=1;rounded=0;fillColor=#ffe6cc;strokeColor=#d79b00;movable=1;resizable=1;rotatable=1;deletable=1;editable=1;locked=0;connectable=1;" parent="162" edge="1">
                    <mxGeometry width="50" height="50" relative="1" as="geometry">
                        <mxPoint y="24" as="sourcePoint"/>
                        <mxPoint x="10" y="14" as="targetPoint"/>
                    </mxGeometry>
                </mxCell>
                <mxCell id="165" value="" style="endArrow=none;html=1;rounded=0;fillColor=#ffe6cc;strokeColor=#d79b00;movable=1;resizable=1;rotatable=1;deletable=1;editable=1;locked=0;connectable=1;" parent="162" edge="1">
                    <mxGeometry width="50" height="50" relative="1" as="geometry">
                        <mxPoint y="22" as="sourcePoint"/>
                        <mxPoint x="10" y="12" as="targetPoint"/>
                    </mxGeometry>
                </mxCell>
                <mxCell id="166" value="" style="group;movable=1;resizable=1;rotatable=1;deletable=1;editable=1;locked=0;connectable=1;" parent="1" connectable="0" vertex="1">
                    <mxGeometry x="2817" y="2610" width="10" height="35" as="geometry"/>
                </mxCell>
                <mxCell id="167" value="" style="endArrow=classic;html=1;rounded=0;fillColor=#ffe6cc;strokeColor=#d79b00;startArrow=classic;startFill=1;movable=1;resizable=1;rotatable=1;deletable=1;editable=1;locked=0;connectable=1;" parent="166" edge="1">
                    <mxGeometry width="50" height="50" relative="1" as="geometry">
                        <mxPoint x="5" as="sourcePoint"/>
                        <mxPoint x="5" y="35" as="targetPoint"/>
                    </mxGeometry>
                </mxCell>
                <mxCell id="168" value="" style="endArrow=none;html=1;rounded=0;fillColor=#ffe6cc;strokeColor=#d79b00;movable=1;resizable=1;rotatable=1;deletable=1;editable=1;locked=0;connectable=1;" parent="166" edge="1">
                    <mxGeometry width="50" height="50" relative="1" as="geometry">
                        <mxPoint y="24" as="sourcePoint"/>
                        <mxPoint x="10" y="14" as="targetPoint"/>
                    </mxGeometry>
                </mxCell>
                <mxCell id="169" value="" style="endArrow=none;html=1;rounded=0;fillColor=#ffe6cc;strokeColor=#d79b00;movable=1;resizable=1;rotatable=1;deletable=1;editable=1;locked=0;connectable=1;" parent="166" edge="1">
                    <mxGeometry width="50" height="50" relative="1" as="geometry">
                        <mxPoint y="22" as="sourcePoint"/>
                        <mxPoint x="10" y="12" as="targetPoint"/>
                    </mxGeometry>
                </mxCell>
                <mxCell id="217" value="" style="group" parent="1" connectable="0" vertex="1">
                    <mxGeometry x="3070" y="2730" width="190" height="140" as="geometry"/>
                </mxCell>
                <mxCell id="191" value="" style="rounded=0;whiteSpace=wrap;html=1;" parent="217" vertex="1">
                    <mxGeometry y="30" width="190" height="110" as="geometry"/>
                </mxCell>
                <mxCell id="193" value="Common peripherals" style="text;html=1;align=left;verticalAlign=middle;whiteSpace=wrap;rounded=0;" parent="217" vertex="1">
                    <mxGeometry width="130" height="30" as="geometry"/>
                </mxCell>
                <mxCell id="199" value="WhoAmI" style="rounded=0;whiteSpace=wrap;html=1;movable=1;resizable=1;rotatable=1;deletable=1;editable=1;locked=0;connectable=1;" parent="1" vertex="1">
                    <mxGeometry x="3170" y="2770" width="80" height="40" as="geometry"/>
                </mxCell>
                <mxCell id="201" value="Time" style="rounded=0;whiteSpace=wrap;html=1;movable=1;resizable=1;rotatable=1;deletable=1;editable=1;locked=0;connectable=1;" parent="1" vertex="1">
                    <mxGeometry x="3080" y="2770" width="80" height="40" as="geometry"/>
                </mxCell>
                <mxCell id="202" value="UART" style="rounded=0;whiteSpace=wrap;html=1;movable=1;resizable=1;rotatable=1;deletable=1;editable=1;locked=0;connectable=1;" parent="1" vertex="1">
                    <mxGeometry x="3170" y="2820" width="80" height="40" as="geometry"/>
                </mxCell>
                <mxCell id="203" value="DNA" style="rounded=0;whiteSpace=wrap;html=1;movable=1;resizable=1;rotatable=1;deletable=1;editable=1;locked=0;connectable=1;" parent="1" vertex="1">
                    <mxGeometry x="3080" y="2820" width="80" height="40" as="geometry"/>
                </mxCell>
                <mxCell id="231" value="" style="group;movable=1;resizable=1;rotatable=1;deletable=1;editable=1;locked=0;connectable=1;rotation=90;" parent="1" connectable="0" vertex="1">
                    <mxGeometry x="2859" y="2783" width="10" height="35" as="geometry"/>
                </mxCell>
                <mxCell id="232" value="" style="endArrow=classic;html=1;rounded=0;fillColor=#ffe6cc;strokeColor=#d79b00;startArrow=classic;startFill=1;movable=1;resizable=1;rotatable=1;deletable=1;editable=1;locked=0;connectable=1;" parent="231" edge="1">
                    <mxGeometry width="50" height="50" relative="1" as="geometry">
                        <mxPoint x="23" y="18" as="sourcePoint"/>
                        <mxPoint x="-12" y="18" as="targetPoint"/>
                    </mxGeometry>
                </mxCell>
                <mxCell id="233" value="" style="endArrow=none;html=1;rounded=0;fillColor=#ffe6cc;strokeColor=#d79b00;movable=1;resizable=1;rotatable=1;deletable=1;editable=1;locked=0;connectable=1;" parent="231" edge="1">
                    <mxGeometry width="50" height="50" relative="1" as="geometry">
                        <mxPoint x="-1" y="13" as="sourcePoint"/>
                        <mxPoint x="9" y="23" as="targetPoint"/>
                    </mxGeometry>
                </mxCell>
                <mxCell id="234" value="" style="endArrow=none;html=1;rounded=0;fillColor=#ffe6cc;strokeColor=#d79b00;movable=1;resizable=1;rotatable=1;deletable=1;editable=1;locked=0;connectable=1;" parent="231" edge="1">
                    <mxGeometry width="50" height="50" relative="1" as="geometry">
                        <mxPoint x="1" y="13" as="sourcePoint"/>
                        <mxPoint x="11" y="23" as="targetPoint"/>
                    </mxGeometry>
                </mxCell>
            </root>
        </mxGraphModel>
    </diagram>
</mxfile>
